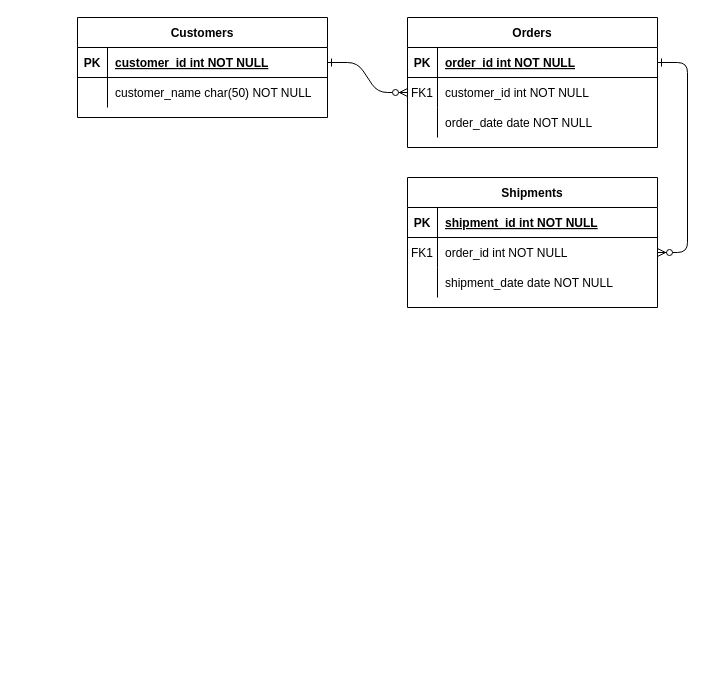
This is app/assets/images/名称未設定ファイル.drawio from nanase-84/Memo-App, a draw.io file, before an edit. Source tidied: cells renumbered, new cells numbered last; positions are measured from the earlier drawing's top-left corner, leaving out a move shared by most shapes. Both pictures are drawn from the tidied source at 100%, with x=0, y=0 at pixel (77, 17).
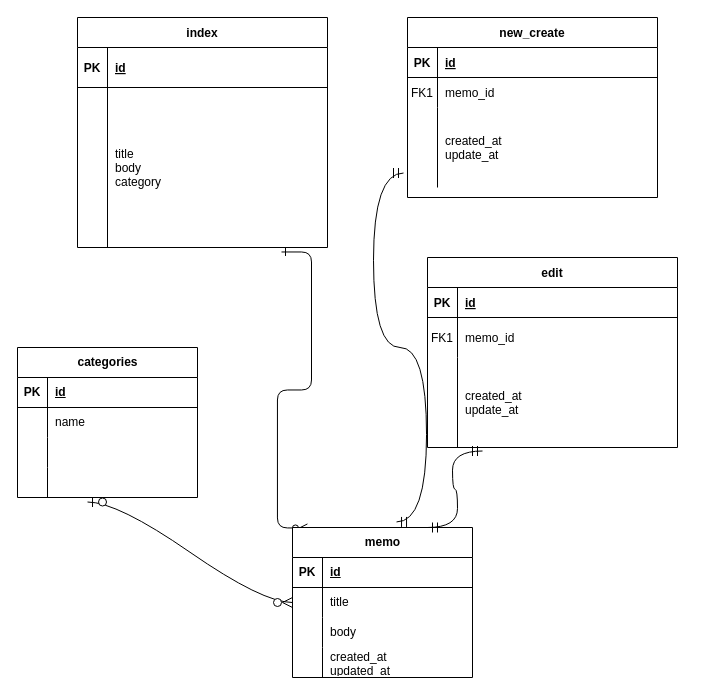
Above is the later version.

Commit message:
memo_ER図

Unchanged cells that the change refers to:
```xml
<mxCell id="5" style="shape=partialRectangle;fillColor=none;points=[[0,0.5],[1,0.5]];portConstraint=eastwest;top=0;left=0;right=0;bottom=1;" parent="4" vertex="1">
  <mxGeometry y="30" width="250" height="30" as="geometry" />
</mxCell>
<mxCell id="8" style="shape=partialRectangle;fillColor=none;points=[[0,0.5],[1,0.5]];portConstraint=eastwest;top=0;left=0;right=0;bottom=0;" parent="4" vertex="1">
  <mxGeometry y="60" width="250" height="30" as="geometry" />
</mxCell>
<mxCell id="15" style="shape=partialRectangle;fillColor=none;top=0;left=0;right=0;bottom=1;" parent="14" vertex="1">
  <mxGeometry y="30" width="250" height="30" as="geometry" />
</mxCell>
```

What changed in the source:
```diff
@@
-    <mxCell id="2" style="edgeStyle=entityRelationEdgeStyle;endArrow=ERzeroToMany;startArrow=ERone;endFill=1;startFill=0;" parent="1" edge="1" source="25" target="8">
+    <mxCell id="2" style="edgeStyle=entityRelationEdgeStyle;endArrow=ERzeroToMany;startArrow=ERone;endFill=1;startFill=0;exitX=0.816;exitY=1.028;exitDx=0;exitDy=0;exitPerimeter=0;entryX=0.083;entryY=0.003;entryDx=0;entryDy=0;entryPerimeter=0;" parent="1" edge="1" source="28" target="44">
       <mxGeometry relative="1" as="geometry" />
     </mxCell>
-    <mxCell id="3" style="edgeStyle=entityRelationEdgeStyle;endArrow=ERzeroToMany;startArrow=ERone;endFill=1;startFill=0;" parent="1" edge="1" source="5" target="18">
-      <mxGeometry relative="1" as="geometry" />
-    </mxCell>
-    <mxCell id="4" value="Orders" style="shape=table;startSize=30;childLayout=tableLayout;rowLines=0;fontStyle=1;align=center;" parent="1" vertex="1">
-      <mxGeometry x="330" width="250" height="130" as="geometry" />
+    <mxCell id="4" value="new_create" style="shape=table;startSize=30;childLayout=tableLayout;rowLines=0;fontStyle=1;align=center;" parent="1" vertex="1">
+      <mxGeometry x="330" width="250" height="180" as="geometry" />
     </mxCell>
@@
-    <mxCell id="7" value="order_id int NOT NULL " style="shape=partialRectangle;overflow=hidden;fillColor=none;top=0;left=0;bottom=0;right=0;align=left;spacingLeft=6;fontStyle=5;" parent="5" vertex="1">
+    <mxCell id="7" value="id" style="shape=partialRectangle;overflow=hidden;fillColor=none;top=0;left=0;bottom=0;right=0;align=left;spacingLeft=6;fontStyle=5;" parent="5" vertex="1">
       <mxGeometry x="30" width="220" height="30" as="geometry" />
     </mxCell>
@@
-    <mxCell id="10" value="customer_id int NOT NULL" style="shape=partialRectangle;overflow=hidden;fillColor=none;top=0;left=0;bottom=0;right=0;align=left;spacingLeft=6;" parent="8" vertex="1">
+    <mxCell id="10" value="memo_id" style="shape=partialRectangle;overflow=hidden;fillColor=none;top=0;left=0;bottom=0;right=0;align=left;spacingLeft=6;" parent="8" vertex="1">
       <mxGeometry x="30" width="220" height="30" as="geometry" />
     </mxCell>
     <mxCell id="11" style="shape=partialRectangle;fillColor=none;points=[[0,0.5],[1,0.5]];portConstraint=eastwest;top=0;left=0;right=0;bottom=0;" parent="4" vertex="1">
-      <mxGeometry y="90" width="250" height="30" as="geometry" />
+      <mxGeometry y="90" width="250" height="80" as="geometry" />
     </mxCell>
     <mxCell id="12" style="shape=partialRectangle;overflow=hidden;fillColor=none;top=0;left=0;bottom=0;right=0;" parent="11" vertex="1">
-      <mxGeometry width="30" height="30" as="geometry" />
+      <mxGeometry width="30" height="80" as="geometry" />
     </mxCell>
-    <mxCell id="13" value="order_date date NOT NULL" style="shape=partialRectangle;overflow=hidden;fillColor=none;top=0;left=0;bottom=0;right=0;align=left;spacingLeft=6;" parent="11" vertex="1">
-      <mxGeometry x="30" width="220" height="30" as="geometry" />
+    <mxCell id="13" value="created_at&#10;update_at" style="shape=partialRectangle;overflow=hidden;fillColor=none;top=0;left=0;bottom=0;right=0;align=left;spacingLeft=6;" parent="11" vertex="1">
+      <mxGeometry x="30" width="220" height="80" as="geometry" />
     </mxCell>
-    <mxCell id="14" value="Shipments" style="shape=table;startSize=30;childLayout=tableLayout;rowLines=0;fontStyle=1;align=center;" parent="1" vertex="1">
-      <mxGeometry x="330" y="160" width="250" height="130" as="geometry" />
+    <mxCell id="14" value="edit" style="shape=table;startSize=30;childLayout=tableLayout;rowLines=0;fontStyle=1;align=center;" parent="1" vertex="1">
+      <mxGeometry x="350" y="240" width="250" height="190" as="geometry" />
     </mxCell>
@@
-    <mxCell id="17" value="shipment_id int NOT NULL " style="shape=partialRectangle;overflow=hidden;fillColor=none;top=0;left=0;bottom=0;right=0;align=left;spacingLeft=6;fontStyle=5;" parent="15" vertex="1">
+    <mxCell id="17" value="id" style="shape=partialRectangle;overflow=hidden;fillColor=none;top=0;left=0;bottom=0;right=0;align=left;spacingLeft=6;fontStyle=5;" parent="15" vertex="1">
       <mxGeometry x="30" width="220" height="30" as="geometry" />
     </mxCell>
     <mxCell id="18" style="shape=partialRectangle;fillColor=none;points=[[0,0.5],[1,0.5]];portConstraint=eastwest;top=0;left=0;right=0;bottom=0;" parent="14" vertex="1">
-      <mxGeometry y="60" width="250" height="30" as="geometry" />
+      <mxGeometry y="60" width="250" height="40" as="geometry" />
     </mxCell>
     <mxCell id="19" value="FK1" style="shape=partialRectangle;overflow=hidden;fillColor=none;top=0;left=0;bottom=0;right=0;" parent="18" vertex="1">
-      <mxGeometry width="30" height="30" as="geometry" />
+      <mxGeometry width="30" height="40" as="geometry" />
     </mxCell>
-    <mxCell id="20" value="order_id int NOT NULL" style="shape=partialRectangle;overflow=hidden;fillColor=none;top=0;left=0;bottom=0;right=0;align=left;spacingLeft=6;" parent="18" vertex="1">
-      <mxGeometry x="30" width="220" height="30" as="geometry" />
+    <mxCell id="20" value="memo_id" style="shape=partialRectangle;overflow=hidden;fillColor=none;top=0;left=0;bottom=0;right=0;align=left;spacingLeft=6;" parent="18" vertex="1">
+      <mxGeometry x="30" width="220" height="40" as="geometry" />
     </mxCell>
     <mxCell id="21" style="shape=partialRectangle;fillColor=none;points=[[0,0.5],[1,0.5]];portConstraint=eastwest;top=0;left=0;right=0;bottom=0;" parent="14" vertex="1">
-      <mxGeometry y="90" width="250" height="30" as="geometry" />
+      <mxGeometry y="100" width="250" height="90" as="geometry" />
     </mxCell>
     <mxCell id="22" style="shape=partialRectangle;overflow=hidden;fillColor=none;top=0;left=0;bottom=0;right=0;" parent="21" vertex="1">
-      <mxGeometry width="30" height="30" as="geometry" />
+      <mxGeometry width="30" height="90" as="geometry" />
     </mxCell>
-    <mxCell id="23" value="shipment_date date NOT NULL" style="shape=partialRectangle;overflow=hidden;fillColor=none;top=0;left=0;bottom=0;right=0;align=left;spacingLeft=6;" parent="21" vertex="1">
-      <mxGeometry x="30" width="220" height="30" as="geometry" />
+    <mxCell id="23" value="created_at&#10;update_at" style="shape=partialRectangle;overflow=hidden;fillColor=none;top=0;left=0;bottom=0;right=0;align=left;spacingLeft=6;" parent="21" vertex="1">
+      <mxGeometry x="30" width="220" height="90" as="geometry" />
     </mxCell>
-    <mxCell id="24" value="Customers" style="shape=table;startSize=30;childLayout=tableLayout;rowLines=0;fontStyle=1;align=center;" parent="1" vertex="1">
-      <mxGeometry width="250" height="100" as="geometry" />
+    <mxCell id="24" value="index" style="shape=table;startSize=30;childLayout=tableLayout;rowLines=0;fontStyle=1;align=center;" parent="1" vertex="1">
+      <mxGeometry width="250" height="230" as="geometry" />
     </mxCell>
     <mxCell id="25" style="shape=partialRectangle;fillColor=none;points=[[0,0.5],[1,0.5]];portConstraint=eastwest;top=0;left=0;right=0;bottom=1;" parent="24" vertex="1">
-      <mxGeometry y="30" width="250" height="30" as="geometry" />
+      <mxGeometry y="30" width="250" height="40" as="geometry" />
     </mxCell>
     <mxCell id="26" value="PK" style="shape=partialRectangle;overflow=hidden;fillColor=none;top=0;left=0;bottom=0;right=0;fontStyle=1;" parent="25" vertex="1">
-      <mxGeometry width="30" height="30" as="geometry" />
+      <mxGeometry width="30" height="40" as="geometry" />
     </mxCell>
-    <mxCell id="27" value="customer_id int NOT NULL " style="shape=partialRectangle;overflow=hidden;fillColor=none;top=0;left=0;bottom=0;right=0;align=left;spacingLeft=6;fontStyle=5;" parent="25" vertex="1">
-      <mxGeometry x="30" width="220" height="30" as="geometry" />
+    <mxCell id="27" value="id" style="shape=partialRectangle;overflow=hidden;fillColor=none;top=0;left=0;bottom=0;right=0;align=left;spacingLeft=6;fontStyle=5;" parent="25" vertex="1">
+      <mxGeometry x="30" width="220" height="40" as="geometry" />
     </mxCell>
     <mxCell id="28" style="shape=partialRectangle;fillColor=none;points=[[0,0.5],[1,0.5]];portConstraint=eastwest;top=0;left=0;right=0;bottom=0;" parent="24" vertex="1">
-      <mxGeometry y="60" width="250" height="30" as="geometry" />
+      <mxGeometry y="70" width="250" height="160" as="geometry" />
     </mxCell>
     <mxCell id="29" style="shape=partialRectangle;overflow=hidden;fillColor=none;top=0;left=0;bottom=0;right=0;" parent="28" vertex="1">
-      <mxGeometry width="30" height="30" as="geometry" />
+      <mxGeometry width="30" height="160" as="geometry" />
     </mxCell>
-    <mxCell id="30" value="customer_name char(50) NOT NULL" style="shape=partialRectangle;overflow=hidden;fillColor=none;top=0;left=0;bottom=0;right=0;align=left;spacingLeft=6;" parent="28" vertex="1">
-      <mxGeometry x="30" width="220" height="30" as="geometry" />
+    <mxCell id="30" value="title&#10;body&#10;category" style="shape=partialRectangle;overflow=hidden;fillColor=none;top=0;left=0;bottom=0;right=0;align=left;spacingLeft=6;" parent="28" vertex="1">
+      <mxGeometry x="30" width="220" height="160" as="geometry" />
     </mxCell>
+    <mxCell id="31" value="categories" style="shape=table;startSize=30;childLayout=tableLayout;rowLines=0;fontStyle=1;align=center;html=1;" parent="1" vertex="1">
+      <mxGeometry x="-60" y="330" width="180" height="150" as="geometry" />
+    </mxCell>
+    <mxCell id="32" style="shape=tableRow;horizontal=0;startSize=0;swimlaneHead=0;swimlaneBody=0;fillColor=none;top=0;left=0;right=0;bottom=1;" parent="31" vertex="1">
+      <mxGeometry y="30" width="180" height="30" as="geometry" />
+    </mxCell>
+    <mxCell id="33" value="PK" style="shape=partialRectangle;fillColor=none;top=0;left=0;bottom=0;right=0;fontStyle=1;overflow=hidden;whiteSpace=wrap;html=1;" parent="32" vertex="1">
+      <mxGeometry width="30" height="30" as="geometry" />
+    </mxCell>
+    <mxCell id="34" value="id" style="shape=partialRectangle;fillColor=none;top=0;left=0;bottom=0;right=0;align=left;spacingLeft=6;fontStyle=5;overflow=hidden;whiteSpace=wrap;html=1;" parent="32" vertex="1">
+      <mxGeometry x="30" width="150" height="30" as="geometry" />
+    </mxCell>
+    <mxCell id="35" style="shape=tableRow;horizontal=0;startSize=0;swimlaneHead=0;swimlaneBody=0;fillColor=none;top=0;left=0;right=0;bottom=0;" parent="31" vertex="1">
+      <mxGeometry y="60" width="180" height="30" as="geometry" />
+    </mxCell>
+    <mxCell id="36" style="shape=partialRectangle;fillColor=none;top=0;left=0;bottom=0;right=0;overflow=hidden;whiteSpace=wrap;html=1;" parent="35" vertex="1">
+      <mxGeometry width="30" height="30" as="geometry" />
+    </mxCell>
+    <mxCell id="37" value="name" style="shape=partialRectangle;fillColor=none;top=0;left=0;bottom=0;right=0;align=left;spacingLeft=6;overflow=hidden;whiteSpace=wrap;html=1;" parent="35" vertex="1">
+      <mxGeometry x="30" width="150" height="30" as="geometry" />
+    </mxCell>
+    <mxCell id="38" style="shape=tableRow;horizontal=0;startSize=0;swimlaneHead=0;swimlaneBody=0;fillColor=none;top=0;left=0;right=0;bottom=0;" parent="31" vertex="1">
+      <mxGeometry y="90" width="180" height="30" as="geometry" />
+    </mxCell>
+    <mxCell id="39" style="shape=partialRectangle;fillColor=none;top=0;left=0;bottom=0;right=0;overflow=hidden;whiteSpace=wrap;html=1;" parent="38" vertex="1">
+      <mxGeometry width="30" height="30" as="geometry" />
+    </mxCell>
+    <mxCell id="40" style="shape=partialRectangle;fillColor=none;top=0;left=0;bottom=0;right=0;align=left;spacingLeft=6;overflow=hidden;whiteSpace=wrap;html=1;" parent="38" vertex="1">
+      <mxGeometry x="30" width="150" height="30" as="geometry" />
+    </mxCell>
+    <mxCell id="41" style="shape=tableRow;horizontal=0;startSize=0;swimlaneHead=0;swimlaneBody=0;fillColor=none;points=[[0,0.5],[1,0.5]];portConstraint=eastwest;top=0;left=0;right=0;bottom=0;" parent="31" vertex="1">
+      <mxGeometry y="120" width="180" height="30" as="geometry" />
+    </mxCell>
+    <mxCell id="42" style="shape=partialRectangle;fillColor=none;top=0;left=0;bottom=0;right=0;overflow=hidden;whiteSpace=wrap;html=1;" parent="41" vertex="1">
+      <mxGeometry width="30" height="30" as="geometry" />
+    </mxCell>
+    <mxCell id="43" style="shape=partialRectangle;fillColor=none;top=0;left=0;bottom=0;right=0;align=left;spacingLeft=6;overflow=hidden;whiteSpace=wrap;html=1;" parent="41" vertex="1">
+      <mxGeometry x="30" width="150" height="30" as="geometry" />
+    </mxCell>
+    <mxCell id="44" value="memo" style="shape=table;startSize=30;childLayout=tableLayout;rowLines=0;fontStyle=1;align=center;html=1;" parent="1" vertex="1">
+      <mxGeometry x="215" y="510" width="180" height="150" as="geometry" />
+    </mxCell>
+    <mxCell id="45" style="shape=tableRow;horizontal=0;startSize=0;swimlaneHead=0;swimlaneBody=0;fillColor=none;top=0;left=0;right=0;bottom=1;" parent="44" vertex="1">
+      <mxGeometry y="30" width="180" height="30" as="geometry" />
+    </mxCell>
+    <mxCell id="46" value="PK" style="shape=partialRectangle;fillColor=none;top=0;left=0;bottom=0;right=0;fontStyle=1;overflow=hidden;whiteSpace=wrap;html=1;" parent="45" vertex="1">
+      <mxGeometry width="30" height="30" as="geometry" />
+    </mxCell>
+    <mxCell id="47" value="id" style="shape=partialRectangle;fillColor=none;top=0;left=0;bottom=0;right=0;align=left;spacingLeft=6;fontStyle=5;overflow=hidden;whiteSpace=wrap;html=1;" parent="45" vertex="1">
+      <mxGeometry x="30" width="150" height="30" as="geometry" />
+    </mxCell>
+    <mxCell id="48" style="shape=tableRow;horizontal=0;startSize=0;swimlaneHead=0;swimlaneBody=0;fillColor=none;points=[[0,0.5],[1,0.5]];portConstraint=eastwest;top=0;left=0;right=0;bottom=0;" parent="44" vertex="1">
+      <mxGeometry y="60" width="180" height="30" as="geometry" />
+    </mxCell>
+    <mxCell id="49" style="shape=partialRectangle;fillColor=none;top=0;left=0;bottom=0;right=0;overflow=hidden;whiteSpace=wrap;html=1;" parent="48" vertex="1">
+      <mxGeometry width="30" height="30" as="geometry" />
+    </mxCell>
+    <mxCell id="50" value="title" style="shape=partialRectangle;fillColor=none;top=0;left=0;bottom=0;right=0;align=left;spacingLeft=6;overflow=hidden;whiteSpace=wrap;html=1;" parent="48" vertex="1">
+      <mxGeometry x="30" width="150" height="30" as="geometry" />
+    </mxCell>
+    <mxCell id="51" style="shape=tableRow;horizontal=0;startSize=0;swimlaneHead=0;swimlaneBody=0;fillColor=none;top=0;left=0;right=0;bottom=0;" parent="44" vertex="1">
+      <mxGeometry y="90" width="180" height="30" as="geometry" />
+    </mxCell>
+    <mxCell id="52" style="shape=partialRectangle;fillColor=none;top=0;left=0;bottom=0;right=0;overflow=hidden;whiteSpace=wrap;html=1;" parent="51" vertex="1">
+      <mxGeometry width="30" height="30" as="geometry" />
+    </mxCell>
+    <mxCell id="53" value="body" style="shape=partialRectangle;fillColor=none;top=0;left=0;bottom=0;right=0;align=left;spacingLeft=6;overflow=hidden;whiteSpace=wrap;html=1;" parent="51" vertex="1">
+      <mxGeometry x="30" width="150" height="30" as="geometry" />
+    </mxCell>
+    <mxCell id="54" style="shape=tableRow;horizontal=0;startSize=0;swimlaneHead=0;swimlaneBody=0;fillColor=none;top=0;left=0;right=0;bottom=0;" parent="44" vertex="1">
+      <mxGeometry y="120" width="180" height="30" as="geometry" />
+    </mxCell>
+    <mxCell id="55" style="shape=partialRectangle;fillColor=none;top=0;left=0;bottom=0;right=0;overflow=hidden;whiteSpace=wrap;html=1;" parent="54" vertex="1">
+      <mxGeometry width="30" height="30" as="geometry" />
+    </mxCell>
+    <mxCell id="56" value="created_at&lt;div&gt;updated_at&lt;/div&gt;" style="shape=partialRectangle;fillColor=none;top=0;left=0;bottom=0;right=0;align=left;spacingLeft=6;overflow=hidden;whiteSpace=wrap;html=1;" parent="54" vertex="1">
+      <mxGeometry x="30" width="150" height="30" as="geometry" />
+    </mxCell>
+    <mxCell id="57" style="edgeStyle=entityRelationEdgeStyle;fontSize=12;html=1;endArrow=ERmandOne;startArrow=ERmandOne;rounded=0;startSize=8;endSize=8;curved=1;exitX=0.75;exitY=0;exitDx=0;exitDy=0;entryX=0.22;entryY=1.039;entryDx=0;entryDy=0;entryPerimeter=0;" parent="1" edge="1" source="44" target="21">
+      <mxGeometry relative="1" as="geometry" />
+    </mxCell>
+    <mxCell id="58" style="edgeStyle=entityRelationEdgeStyle;fontSize=12;html=1;endArrow=ERmandOne;startArrow=ERmandOne;rounded=0;startSize=8;endSize=8;curved=1;exitX=0.578;exitY=-0.037;exitDx=0;exitDy=0;exitPerimeter=0;entryX=-0.016;entryY=0.819;entryDx=0;entryDy=0;entryPerimeter=0;" parent="1" edge="1" source="44" target="11">
+      <mxGeometry relative="1" as="geometry" />
+    </mxCell>
+    <mxCell id="59" style="edgeStyle=entityRelationEdgeStyle;fontSize=12;html=1;endArrow=ERzeroToMany;startArrow=ERzeroToOne;rounded=0;startSize=8;endSize=8;curved=1;entryX=0;entryY=0.5;entryDx=0;entryDy=0;exitX=0.389;exitY=1.15;exitDx=0;exitDy=0;exitPerimeter=0;" parent="1" edge="1" source="41" target="48">
+      <mxGeometry relative="1" as="geometry" />
+    </mxCell>
```
